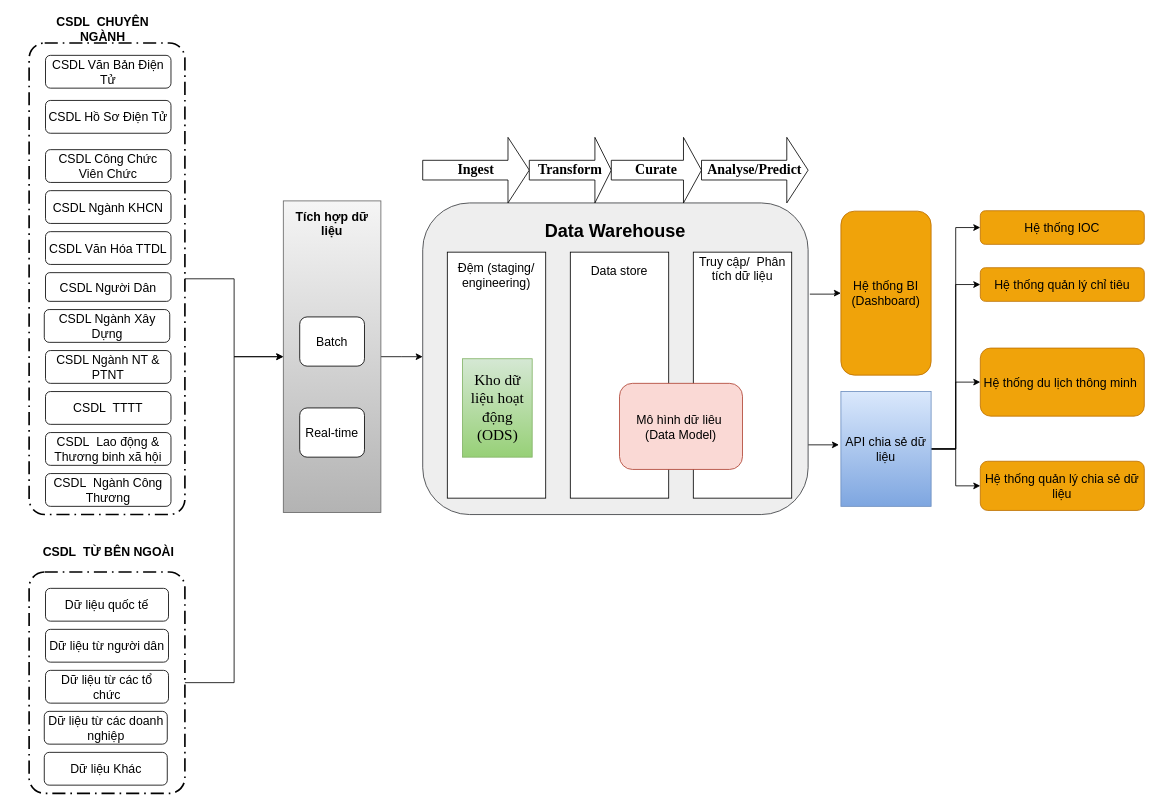
This is so-do-draw/kho_du_lieu.drawio from letheanh12345/Draw-io, a draw.io file, before an edit. Source tidied: cells renumbered, new cells numbered last; positions are measured from the earlier drawing's top-left corner, leaving out a move shared by most shapes. Both pictures are drawn from the tidied source at 82%, with x=0, y=0 at pixel (14, 14).
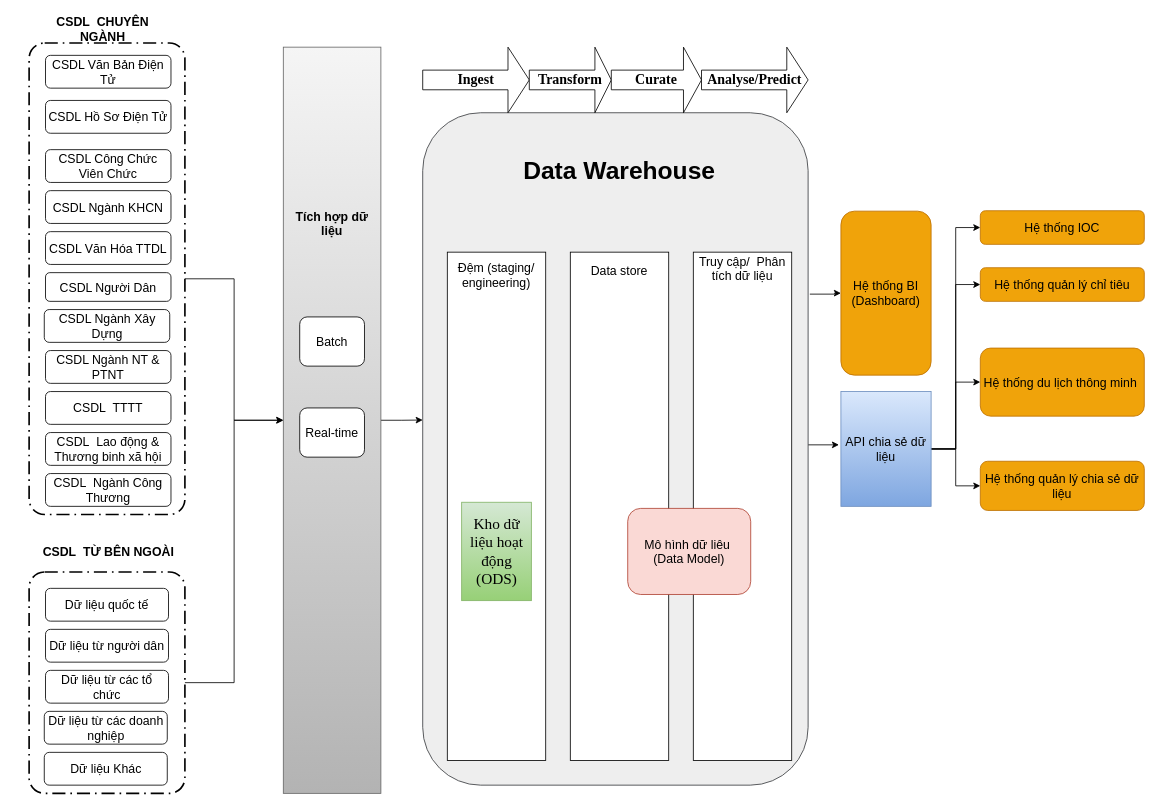
The same diagram, later.

Change to the diagram source:
```diff
@@
     <mxCell id="6" style="rounded=1;whiteSpace=wrap;html=1;fillColor=#eeeeee;strokeColor=#36393d;" parent="1" vertex="1">
-      <mxGeometry x="498" y="230" width="470" height="380" as="geometry" />
+      <mxGeometry x="498" y="120" width="470" height="820" as="geometry" />
     </mxCell>
-    <mxCell id="7" value="&lt;font style=&quot;font-size: 22px&quot;&gt;&lt;b&gt;Data Warehouse&lt;/b&gt;&lt;/font&gt;" style="text;html=1;strokeColor=none;fillColor=none;align=center;verticalAlign=middle;whiteSpace=wrap;rounded=0;" parent="1" vertex="1">
-      <mxGeometry x="518" y="250" width="430" height="30" as="geometry" />
+    <mxCell id="7" value="&lt;font size=&quot;1&quot; style=&quot;&quot;&gt;&lt;b style=&quot;font-size: 30px;&quot;&gt;Data Warehouse&lt;/b&gt;&lt;/font&gt;" style="text;html=1;strokeColor=none;fillColor=none;align=center;verticalAlign=middle;whiteSpace=wrap;rounded=0;" parent="1" vertex="1">
+      <mxGeometry x="523" y="175" width="430" height="30" as="geometry" />
     </mxCell>
     <mxCell id="8" value="&lt;b&gt;&lt;font style=&quot;font-size: 17px;&quot;&gt;Ingest&lt;/font&gt;&lt;/b&gt;" style="shape=singleArrow;whiteSpace=wrap;html=1;fontFamily=Times New Roman;fontSize=14;" parent="1" vertex="1">
-      <mxGeometry x="498" y="150" width="130" height="80" as="geometry" />
+      <mxGeometry x="498" y="40" width="130" height="80" as="geometry" />
     </mxCell>
     <mxCell id="9" value="&lt;b&gt;&lt;font style=&quot;font-size: 17px;&quot;&gt;Transform&lt;/font&gt;&lt;/b&gt;" style="shape=singleArrow;whiteSpace=wrap;html=1;fontFamily=Times New Roman;fontSize=14;" parent="1" vertex="1">
-      <mxGeometry x="628" y="150" width="100" height="80" as="geometry" />
+      <mxGeometry x="628" y="40" width="100" height="80" as="geometry" />
     </mxCell>
     <mxCell id="10" value="&lt;b&gt;&lt;font style=&quot;font-size: 17px;&quot;&gt;Curate&lt;/font&gt;&lt;/b&gt;" style="shape=singleArrow;whiteSpace=wrap;html=1;fontFamily=Times New Roman;fontSize=14;" parent="1" vertex="1">
-      <mxGeometry x="728" y="150" width="110" height="80" as="geometry" />
+      <mxGeometry x="728" y="40" width="110" height="80" as="geometry" />
     </mxCell>
     <mxCell id="11" value="&lt;b&gt;&lt;font style=&quot;font-size: 17px;&quot;&gt;Analyse/Predict&lt;/font&gt;&lt;/b&gt;" style="shape=singleArrow;whiteSpace=wrap;html=1;fontFamily=Times New Roman;fontSize=14;" parent="1" vertex="1">
-      <mxGeometry x="838" y="150" width="130" height="80" as="geometry" />
+      <mxGeometry x="838" y="40" width="130" height="80" as="geometry" />
     </mxCell>
-    <mxCell id="12" style="edgeStyle=orthogonalEdgeStyle;rounded=0;jettySize=auto;html=1;fontSize=15;" parent="1" edge="1" source="13">
-      <mxGeometry relative="1" as="geometry">
-        <mxPoint x="498" y="417.5" as="targetPoint" />
-      </mxGeometry>
-    </mxCell>
+    <mxCell id="55" style="edgeStyle=orthogonalEdgeStyle;rounded=0;jettySize=auto;html=1;entryX=0;entryY=0.457;entryDx=0;entryDy=0;entryPerimeter=0;" parent="1" edge="1" source="13" target="6">
+      <mxGeometry relative="1" as="geometry" />
+    </mxCell>
     <mxCell id="13" style="rounded=0;whiteSpace=wrap;html=1;fontSize=15;fillColor=#f5f5f5;gradientColor=#b3b3b3;strokeColor=#666666;" parent="1" vertex="1">
-      <mxGeometry x="328" y="227.5" width="119" height="380" as="geometry" />
+      <mxGeometry x="328" y="40" width="119" height="910" as="geometry" />
     </mxCell>
@@
     <mxCell id="17" style="rounded=0;whiteSpace=wrap;html=1;fontSize=15;" parent="1" vertex="1">
-      <mxGeometry x="528" y="290" width="120" height="300" as="geometry" />
+      <mxGeometry x="528" y="290" width="120" height="620" as="geometry" />
     </mxCell>
@@
     <mxCell id="19" value="&lt;span style=&quot;font-size:14.0pt;font-family:&amp;quot;Times New Roman&amp;quot;,serif;&lt;br/&gt;mso-fareast-font-family:&amp;quot;Times New Roman&amp;quot;;mso-ansi-language:EN-US;mso-fareast-language:&lt;br/&gt;EN-US;mso-bidi-language:AR-SA&quot;&gt;Kho dữ liệu hoạt động (ODS)&lt;/span&gt;" style="rounded=0;whiteSpace=wrap;html=1;fontSize=15;fillColor=#d5e8d4;gradientColor=#97d077;strokeColor=#82b366;" parent="1" vertex="1">
-      <mxGeometry x="546.5" y="420" width="85" height="120" as="geometry" />
+      <mxGeometry x="545.5" y="595" width="85" height="120" as="geometry" />
     </mxCell>
     <mxCell id="20" style="rounded=0;whiteSpace=wrap;html=1;fontSize=20;" parent="1" vertex="1">
-      <mxGeometry x="678" y="290" width="120" height="300" as="geometry" />
+      <mxGeometry x="678" y="290" width="120" height="620" as="geometry" />
     </mxCell>
@@
     <mxCell id="22" style="rounded=0;whiteSpace=wrap;html=1;fontSize=15;" parent="1" vertex="1">
-      <mxGeometry x="828" y="290" width="120" height="300" as="geometry" />
+      <mxGeometry x="828" y="290" width="120" height="620" as="geometry" />
     </mxCell>
@@
     <mxCell id="24" value="Mô hình dữ liêu&amp;nbsp; (Data Model)" style="rounded=1;whiteSpace=wrap;html=1;fontSize=15;fillColor=#fad9d5;strokeColor=#ae4132;" parent="1" vertex="1">
-      <mxGeometry x="738" y="450" width="150" height="105" as="geometry" />
+      <mxGeometry x="748" y="602.5" width="150" height="105" as="geometry" />
     </mxCell>
```
